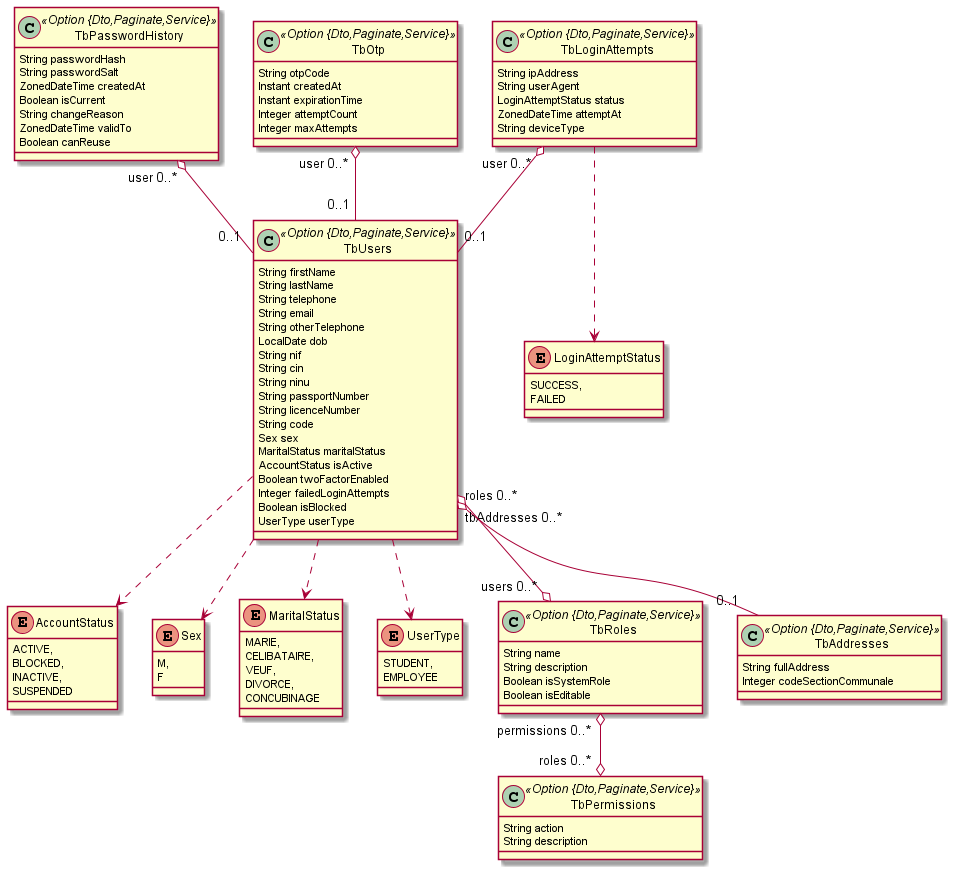
Before: jdl/core_system_security.png, a diagram exported from PlantUML (wadson333/lisans_projet_2025). Its diagram source:
```plantuml
@startuml
	!pragma syntax class
	enum AccountStatus {
		ACTIVE,
		BLOCKED,
		INACTIVE,
		SUSPENDED
	}
	enum Sex {
		M,
		F
	}
	enum MaritalStatus {
		MARIE,
		CELIBATAIRE,
		VEUF,
		DIVORCE,
		CONCUBINAGE
	}
	enum LoginAttemptStatus {
		SUCCESS,
		FAILED
	}
	enum UserType {
		STUDENT,
		EMPLOYEE
	}
	class TbUsers <<Option {Dto,Paginate,Service}>> {
		String firstName
		String lastName
		String telephone
		String email
		String otherTelephone
		LocalDate dob
		String nif
		String cin
		String ninu
		String passportNumber
		String licenceNumber
		String code
		Sex sex
		MaritalStatus maritalStatus
		AccountStatus isActive
		Boolean twoFactorEnabled
		Integer failedLoginAttempts
		Boolean isBlocked
		UserType userType
	}
	TbUsers ..> Sex
	TbUsers ..> MaritalStatus
	TbUsers ..> AccountStatus
	TbUsers ..> UserType
	class TbRoles <<Option {Dto,Paginate,Service}>> {
		String name
		String description
		Boolean isSystemRole
		Boolean isEditable
	}
	class TbPermissions <<Option {Dto,Paginate,Service}>> {
		String action
		String description
	}
	class TbPasswordHistory <<Option {Dto,Paginate,Service}>> {
		String passwordHash
		String passwordSalt
		ZonedDateTime createdAt
		Boolean isCurrent
		String changeReason
		ZonedDateTime validTo
		Boolean canReuse
	}
	class TbLoginAttempts <<Option {Dto,Paginate,Service}>> {
		String ipAddress
		String userAgent
		LoginAttemptStatus status
		ZonedDateTime attemptAt
		String deviceType
	}
	TbLoginAttempts ..> LoginAttemptStatus
	class TbOtp <<Option {Dto,Paginate,Service}>> {
		String otpCode
		Instant createdAt
		Instant expirationTime
		Integer attemptCount
		Integer maxAttempts
	}
	class TbAddresses <<Option {Dto,Paginate,Service}>> {
		String fullAddress
		Integer codeSectionCommunale
	}
	TbUsers  "tbAddresses 0..* " o-- "0..1 "  TbAddresses
	TbLoginAttempts  "user 0..* " o-- "0..1 "  TbUsers
	TbPasswordHistory  "user 0..* " o-- "0..1 "  TbUsers
	TbOtp  "user 0..* " o-- "0..1 "  TbUsers
	TbUsers  "roles 0..* " o--o "users 0..* "  TbRoles
	TbRoles  "permissions 0..* " o--o "roles 0..* "  TbPermissions
@enduml
```
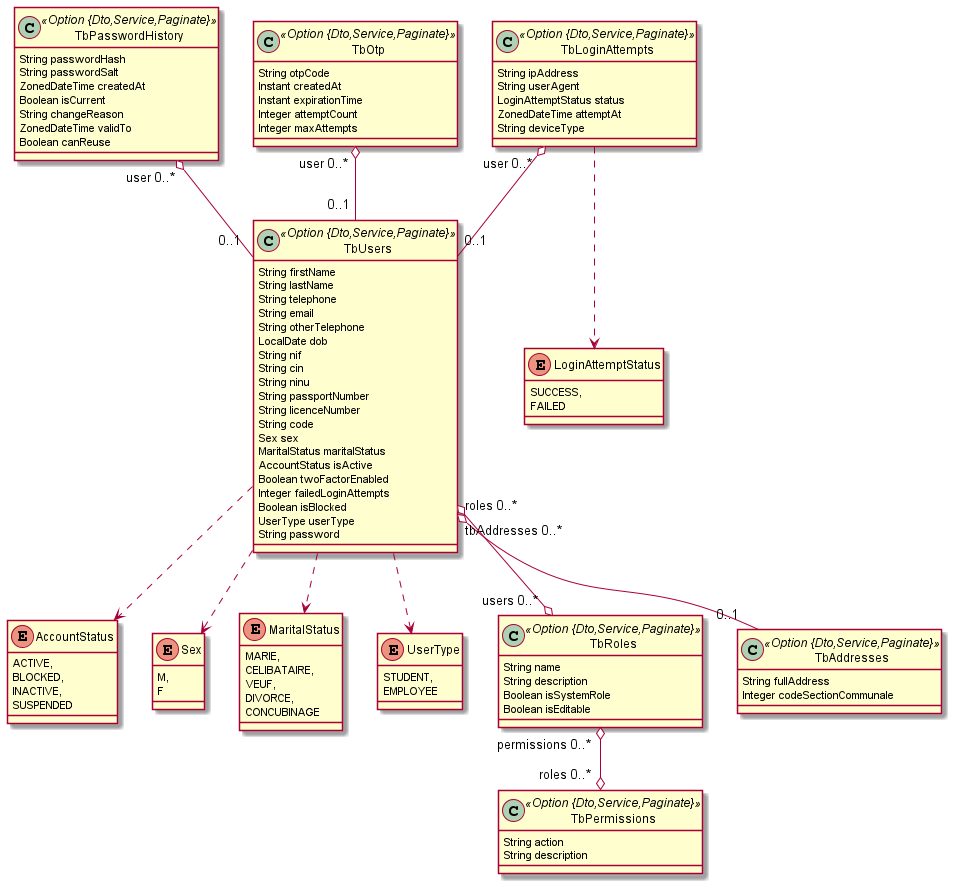
After the commit.

The edit, as a diff of the source:
```diff
@@ -25,7 +25,7 @@
 		STUDENT,
 		EMPLOYEE
 	}
-	class TbUsers <<Option {Dto,Paginate,Service}>> {
+	class TbUsers <<Option {Dto,Service,Paginate}>> {
 		String firstName
 		String lastName
 		String telephone
@@ -45,22 +45,23 @@
 		Integer failedLoginAttempts
 		Boolean isBlocked
 		UserType userType
+		String password
 	}
 	TbUsers ..> Sex
 	TbUsers ..> MaritalStatus
 	TbUsers ..> AccountStatus
 	TbUsers ..> UserType
-	class TbRoles <<Option {Dto,Paginate,Service}>> {
+	class TbRoles <<Option {Dto,Service,Paginate}>> {
 		String name
 		String description
 		Boolean isSystemRole
 		Boolean isEditable
 	}
-	class TbPermissions <<Option {Dto,Paginate,Service}>> {
+	class TbPermissions <<Option {Dto,Service,Paginate}>> {
 		String action
 		String description
 	}
-	class TbPasswordHistory <<Option {Dto,Paginate,Service}>> {
+	class TbPasswordHistory <<Option {Dto,Service,Paginate}>> {
 		String passwordHash
 		String passwordSalt
 		ZonedDateTime createdAt
@@ -69,7 +70,7 @@
 		ZonedDateTime validTo
 		Boolean canReuse
 	}
-	class TbLoginAttempts <<Option {Dto,Paginate,Service}>> {
+	class TbLoginAttempts <<Option {Dto,Service,Paginate}>> {
 		String ipAddress
 		String userAgent
 		LoginAttemptStatus status
@@ -77,14 +78,14 @@
 		String deviceType
 	}
 	TbLoginAttempts ..> LoginAttemptStatus
-	class TbOtp <<Option {Dto,Paginate,Service}>> {
+	class TbOtp <<Option {Dto,Service,Paginate}>> {
 		String otpCode
 		Instant createdAt
 		Instant expirationTime
 		Integer attemptCount
 		Integer maxAttempts
 	}
-	class TbAddresses <<Option {Dto,Paginate,Service}>> {
+	class TbAddresses <<Option {Dto,Service,Paginate}>> {
 		String fullAddress
 		Integer codeSectionCommunale
 	}
```
